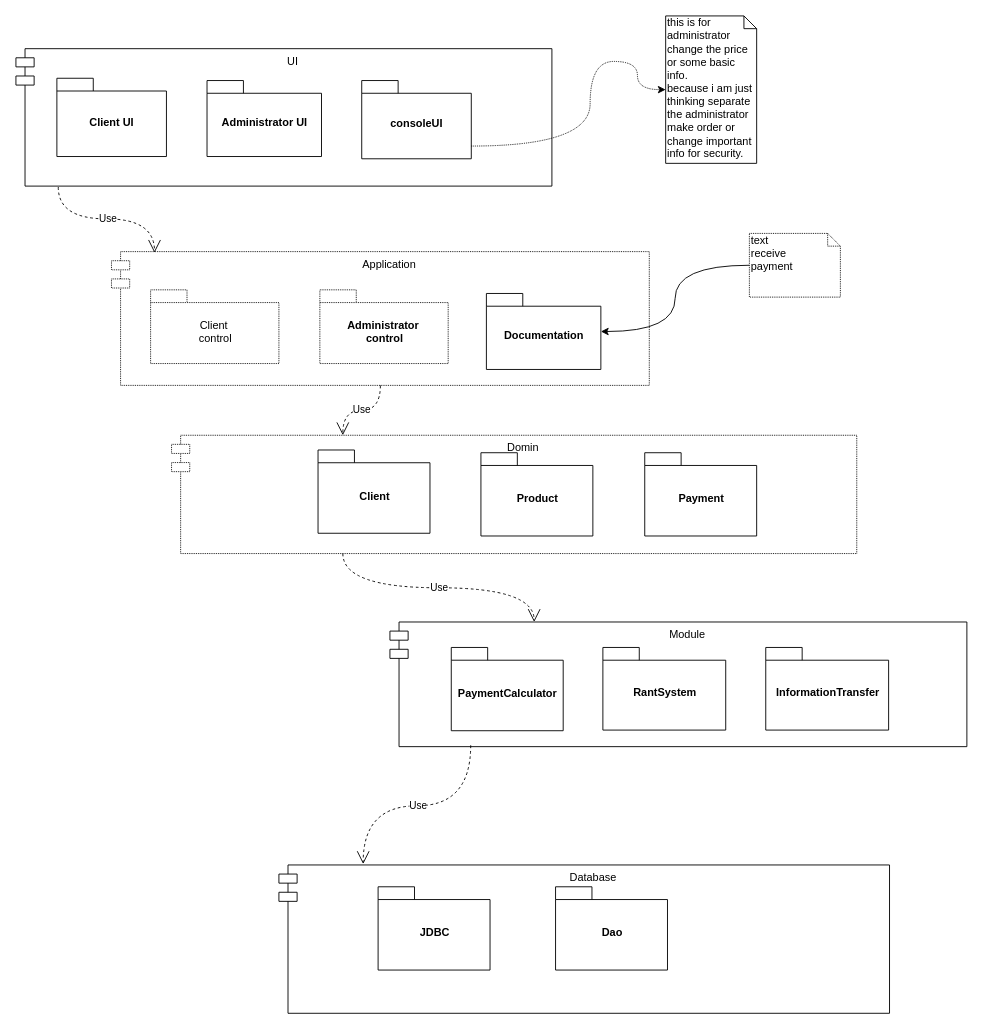
Fei-D20/The_Autocamper_rental_business keeps this draw.io diagram as page "Architecture" (2 of 2) of Document/DomainModel.drawio. Above is the earlier version. Source tidied: cells renumbered, new cells numbered last; positions are measured from the earlier drawing's top-left corner, leaving out a move shared by most shapes. Both pictures are drawn from the tidied source at 91%, with x=0, y=0 at pixel (15, 15).
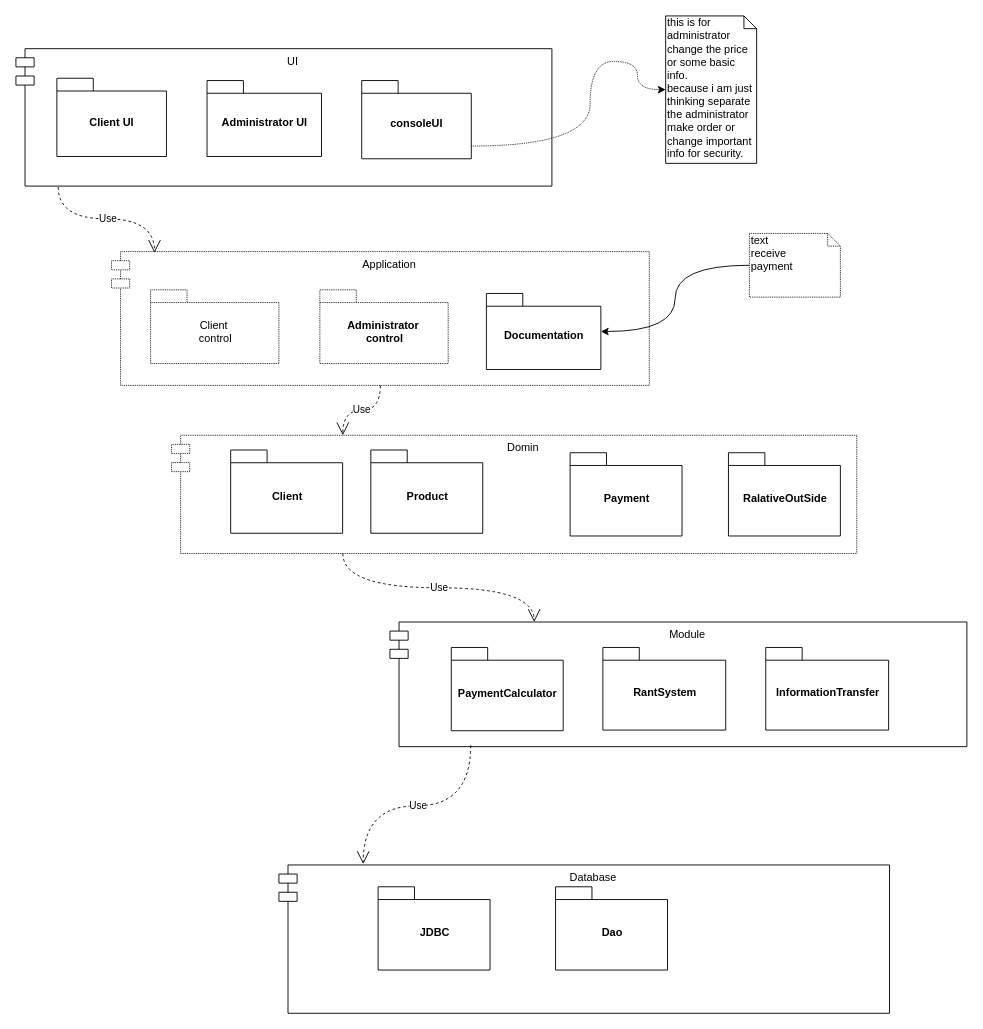
The same diagram, later.

What changed in the source:
```diff
@@
     <mxCell id="9" value="Client" style="shape=folder;fontStyle=1;spacingTop=10;tabWidth=40;tabHeight=14;tabPosition=left;html=1;" parent="1" vertex="1">
-      <mxGeometry x="332" y="477" width="123" height="91.5" as="geometry" />
+      <mxGeometry x="236" y="477" width="123" height="91.5" as="geometry" />
     </mxCell>
@@
     <mxCell id="27" value="Payment" style="shape=folder;fontStyle=1;spacingTop=10;tabWidth=40;tabHeight=14;tabPosition=left;html=1;" parent="1" vertex="1">
-      <mxGeometry x="691" y="480" width="123" height="91.5" as="geometry" />
+      <mxGeometry x="609" y="480" width="123" height="91.5" as="geometry" />
     </mxCell>
     <mxCell id="28" value="Product" style="shape=folder;fontStyle=1;spacingTop=10;tabWidth=40;tabHeight=14;tabPosition=left;html=1;" parent="1" vertex="1">
-      <mxGeometry x="511" y="480" width="123" height="91.5" as="geometry" />
+      <mxGeometry x="390" y="477" width="123" height="91.5" as="geometry" />
     </mxCell>
+    <mxCell id="29" value="RalativeOutSide" style="shape=folder;fontStyle=1;spacingTop=10;tabWidth=40;tabHeight=14;tabPosition=left;html=1;" parent="1" vertex="1">
+      <mxGeometry x="783" y="480" width="123" height="91.5" as="geometry" />
+    </mxCell>
```
